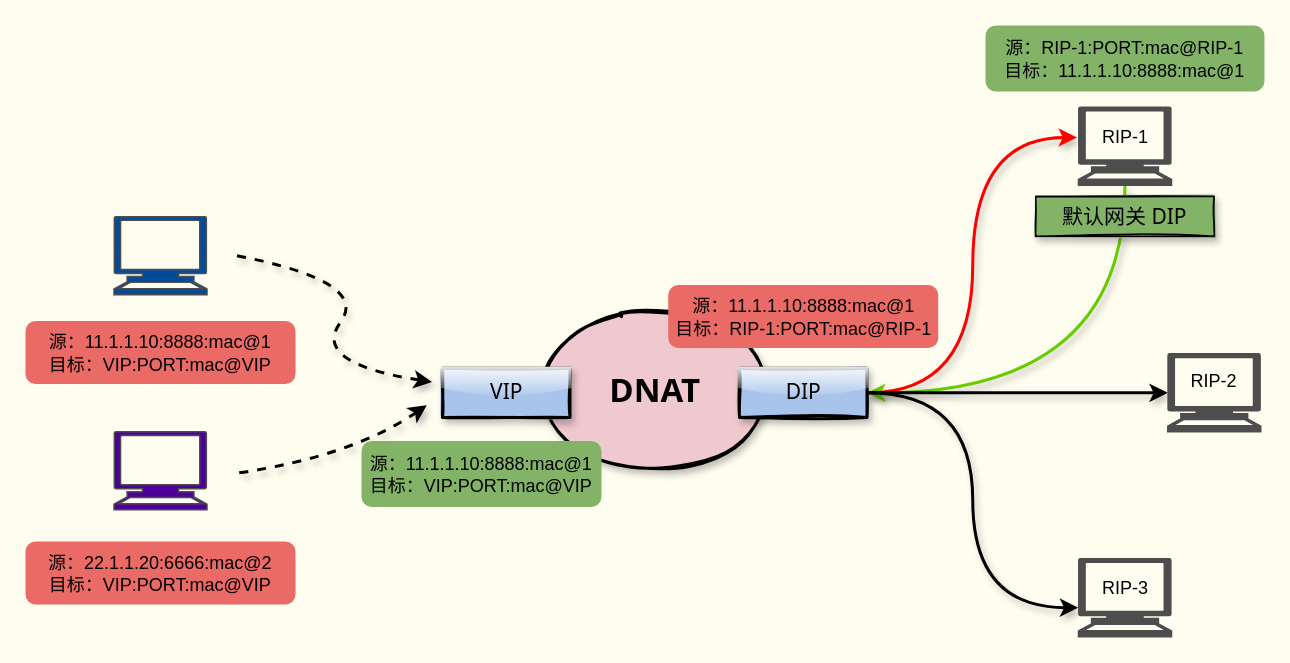
Earlier version of the draw.io diagram pictures/负载均衡/dnat.drawio (boxtsecond/draw). Source tidied: cells renumbered, new cells numbered last; positions are measured from the earlier drawing's top-left corner, leaving out a move shared by most shapes. Both pictures are drawn from the tidied source at 150%, with x=0, y=0 at pixel (26, 26).
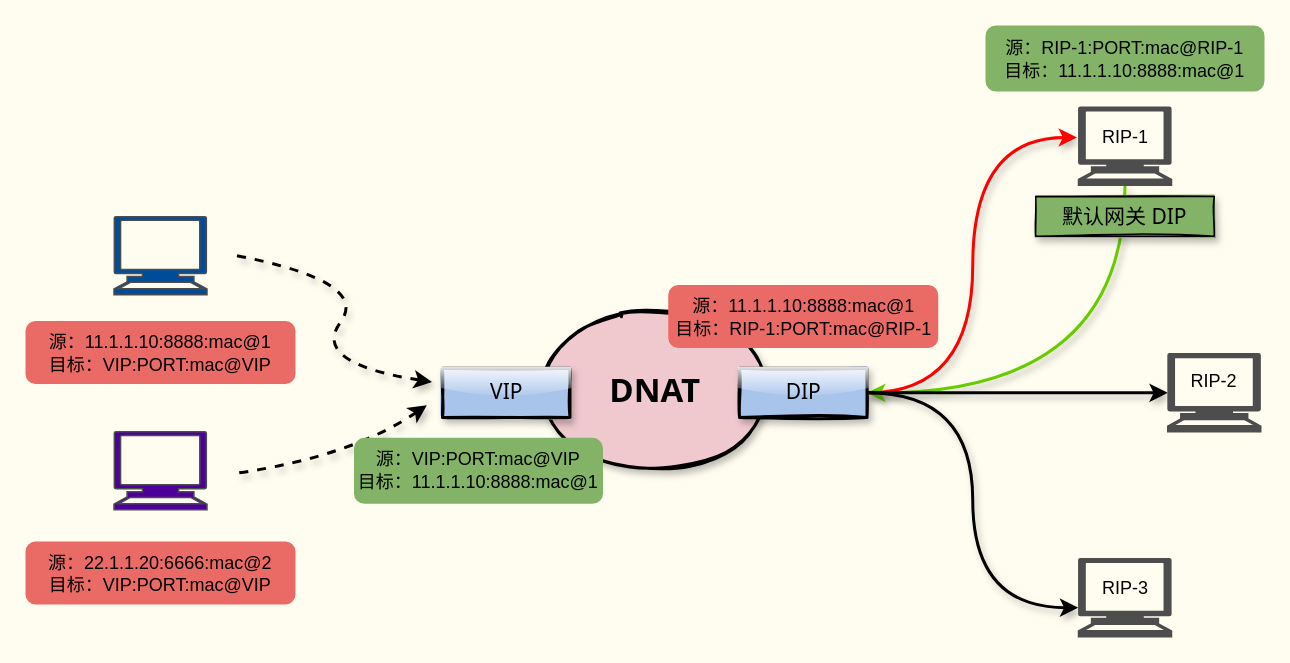
The same diagram, later.

The edit, as a diff of the source:
```diff
@@
-    <mxCell id="27" value="源：&lt;span style=&quot;font-family: &amp;#34;helvetica&amp;#34;&quot;&gt;11.1.1.10:8888:mac@1&lt;/span&gt;&lt;br&gt;目标：&lt;span style=&quot;font-family: &amp;#34;helvetica&amp;#34;&quot;&gt;VIP:PORT:mac@VIP&lt;/span&gt;" style="rounded=1;whiteSpace=wrap;html=1;strokeColor=#82b366;fillColor=#82B366;" parent="1" vertex="1">
-      <mxGeometry x="224" y="277" width="159" height="43" as="geometry" />
+    <mxCell id="27" value="源：&lt;span style=&quot;font-family: &amp;#34;helvetica&amp;#34;&quot;&gt;VIP:PORT:mac@VIP&lt;/span&gt;&lt;br&gt;目标：&lt;span style=&quot;font-family: &amp;#34;helvetica&amp;#34;&quot;&gt;11.1.1.10:8888:mac@1&lt;/span&gt;" style="rounded=1;whiteSpace=wrap;html=1;strokeColor=#82b366;fillColor=#82B366;" parent="1" vertex="1">
+      <mxGeometry x="219" y="274.9" width="165" height="43" as="geometry" />
     </mxCell>
```
